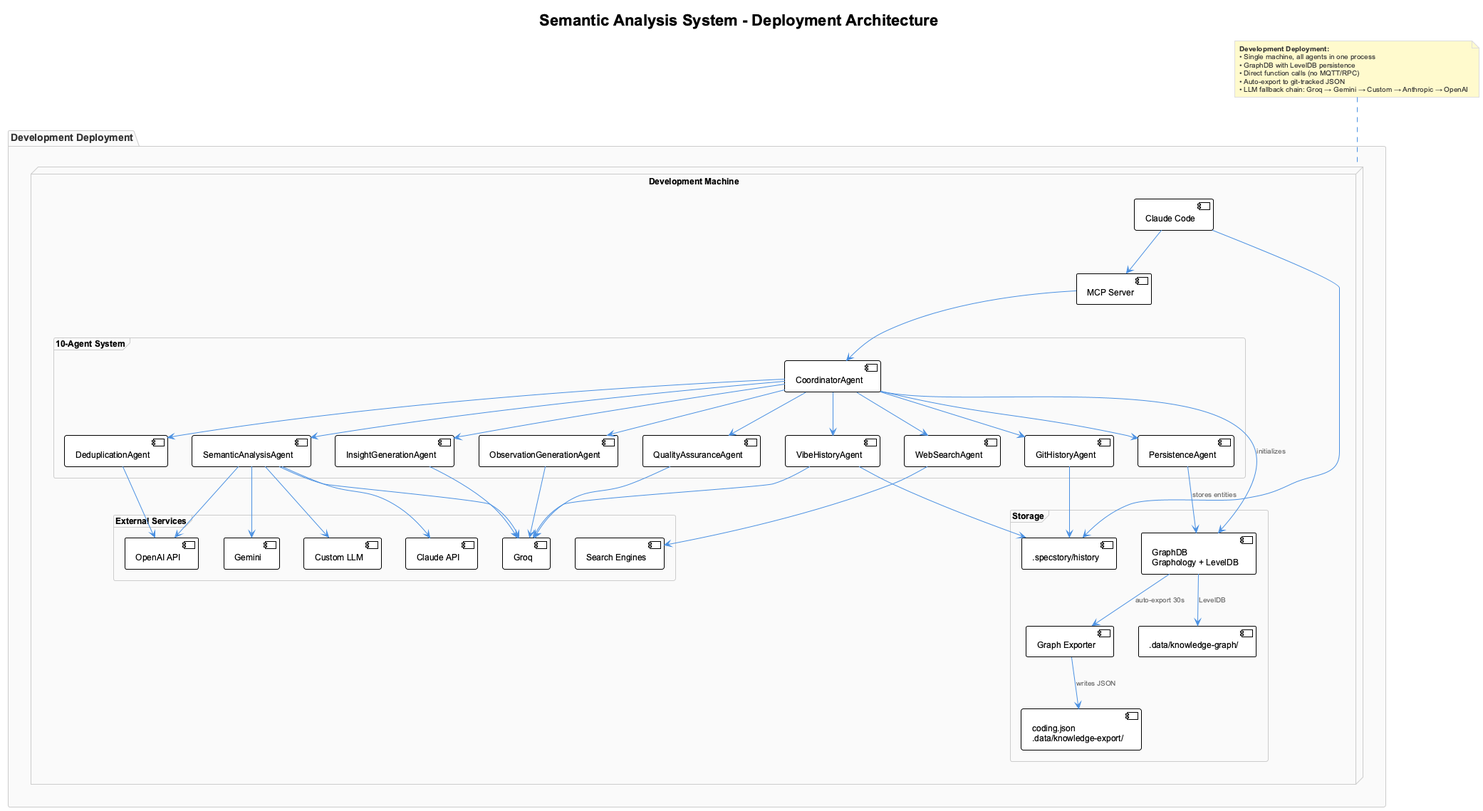
The PlantUML diagram docs/images/semantic-analysis-deployment.png in fwornle/coding, before a commit. Source of this version:
```plantuml
@startuml semantic-analysis-deployment
!include _standard-style.puml

title Semantic Analysis System - Deployment Architecture

top to bottom direction

package "Development Deployment" {
  node "Development Machine" as DevMachine {
    component [Claude Code] as CC
    component [MCP Server] as MCP

    frame "10-Agent System" {
      component [GitHistoryAgent] as Git
      component [VibeHistoryAgent] as Vibe
      component [SemanticAnalysisAgent] as SA
      component [WebSearchAgent] as WS
      component [InsightGenerationAgent] as Insight
      component [ObservationGenerationAgent] as Obs
      component [QualityAssuranceAgent] as QA
      component [PersistenceAgent] as Persist
      component [DeduplicationAgent] as Dedup
      component [CoordinatorAgent] as Coord
    }

    frame "Storage" {
      database [GraphDB\nGraphology + LevelDB] as GraphDB
      component [Graph Exporter] as Exporter
      database [coding.json\n.data/knowledge-export/] as SharedMemory
      folder [.specstory/history] as History
      folder [.data/knowledge-graph/] as KGStorage
    }

    frame "External Services" {
      cloud [Groq] as GroqAPI
      cloud [Gemini] as GeminiAPI
      cloud [Custom LLM] as CustomLLM
      cloud [Claude API] as ClaudeAPI
      cloud [OpenAI API] as OpenAIAPI
      cloud [Search Engines] as SearchEngines
    }
  }

  CC --> MCP
  MCP --> Coord

  Coord --> Git
  Coord --> Vibe
  Coord --> SA
  Coord --> WS
  Coord --> Insight
  Coord --> Obs
  Coord --> QA
  Coord --> Persist
  Coord --> Dedup

  Coord --> GraphDB : initializes
  Persist --> GraphDB : stores entities
  GraphDB --> KGStorage : LevelDB
  GraphDB --> Exporter : auto-export 30s
  Exporter --> SharedMemory : writes JSON

  Git --> History
  Vibe --> History
  CC --> History

  SA --> GroqAPI
  SA --> GeminiAPI
  SA --> CustomLLM
  SA --> ClaudeAPI
  SA --> OpenAIAPI
  Vibe --> GroqAPI
  Insight --> GroqAPI
  Obs --> GroqAPI
  QA --> GroqAPI
  Dedup --> OpenAIAPI
  WS --> SearchEngines
}

note top of DevMachine
  **Development Deployment:**
  • Single machine, all agents in one process
  • GraphDB with LevelDB persistence
  • Direct function calls (no MQTT/RPC)
  • Auto-export to git-tracked JSON
  • LLM fallback chain: Groq → Gemini → Custom → Anthropic → OpenAI
end note

@enduml
```
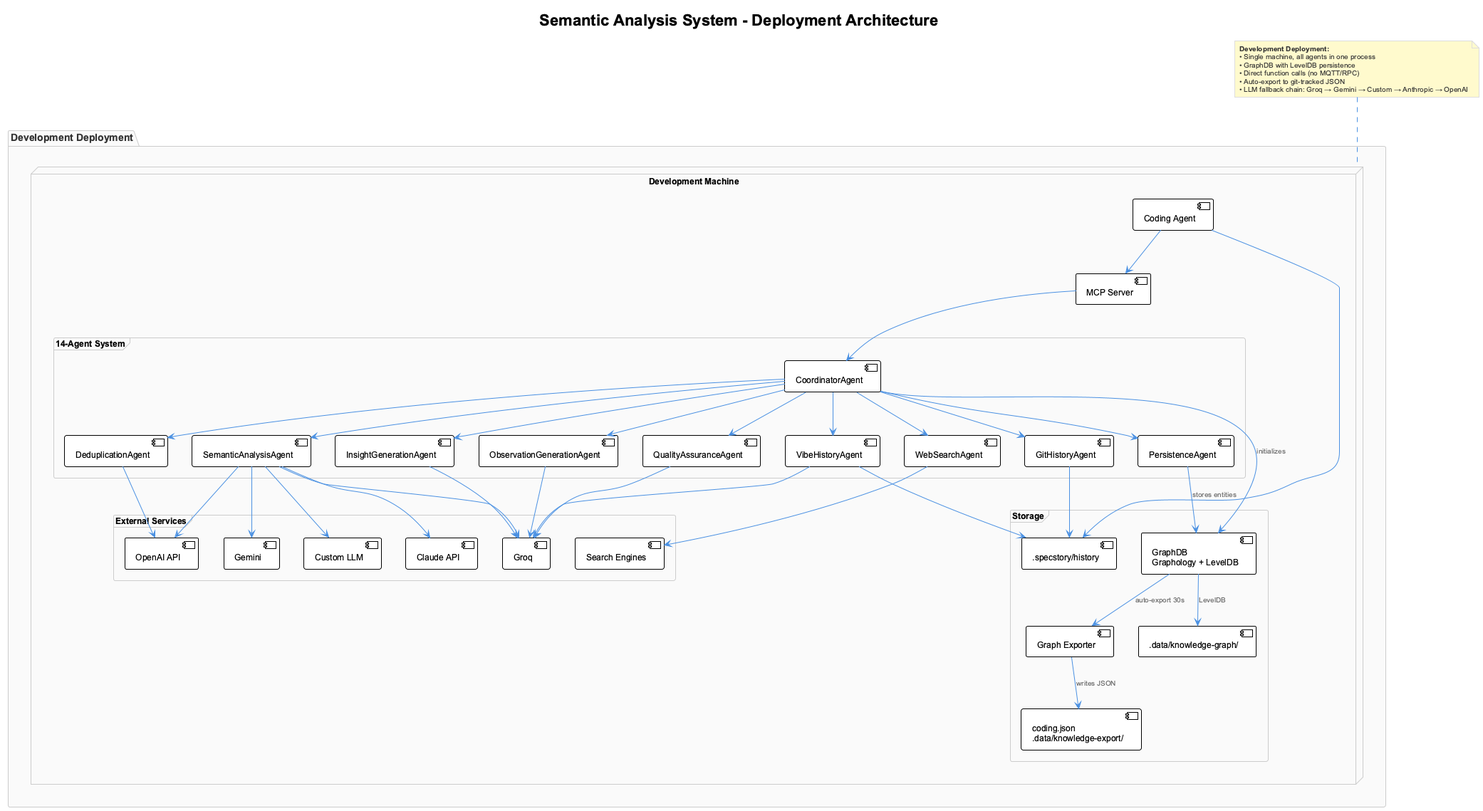
Later version of the same file.

The edit, as a diff of the source:
```diff
@@ -7,10 +7,10 @@
 
 package "Development Deployment" {
   node "Development Machine" as DevMachine {
-    component [Claude Code] as CC
+    component [Coding Agent] as CC
     component [MCP Server] as MCP
 
-    frame "10-Agent System" {
+    frame "14-Agent System" {
       component [GitHistoryAgent] as Git
       component [VibeHistoryAgent] as Vibe
       component [SemanticAnalysisAgent] as SA
```
